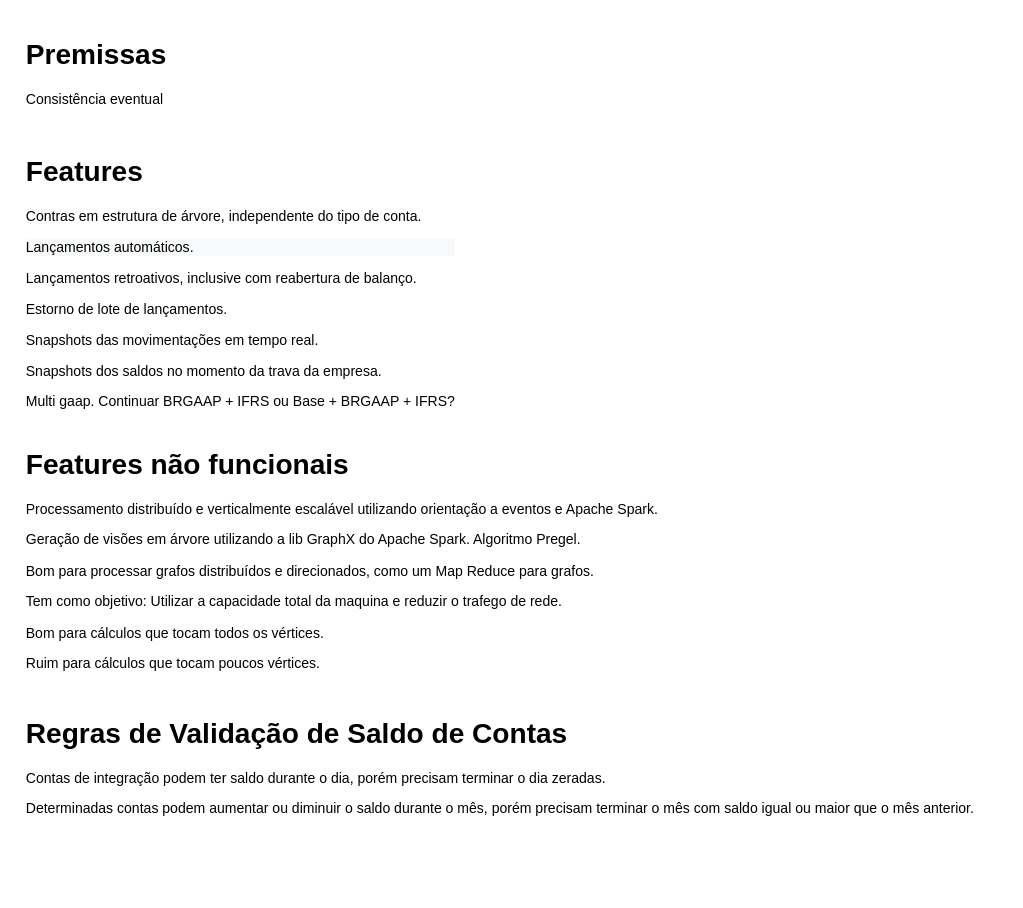
The draw.io diagram page "Summary" (1 of 6) of architecture.drawio in LeonardoZV/event-driven-ledger, before the edit. Source tidied: cells renumbered, new cells numbered last; positions are measured from the earlier drawing's top-left corner, leaving out a move shared by most shapes. Both pictures are drawn from the tidied source at 117%, with x=0, y=0 at pixel (20, 32).
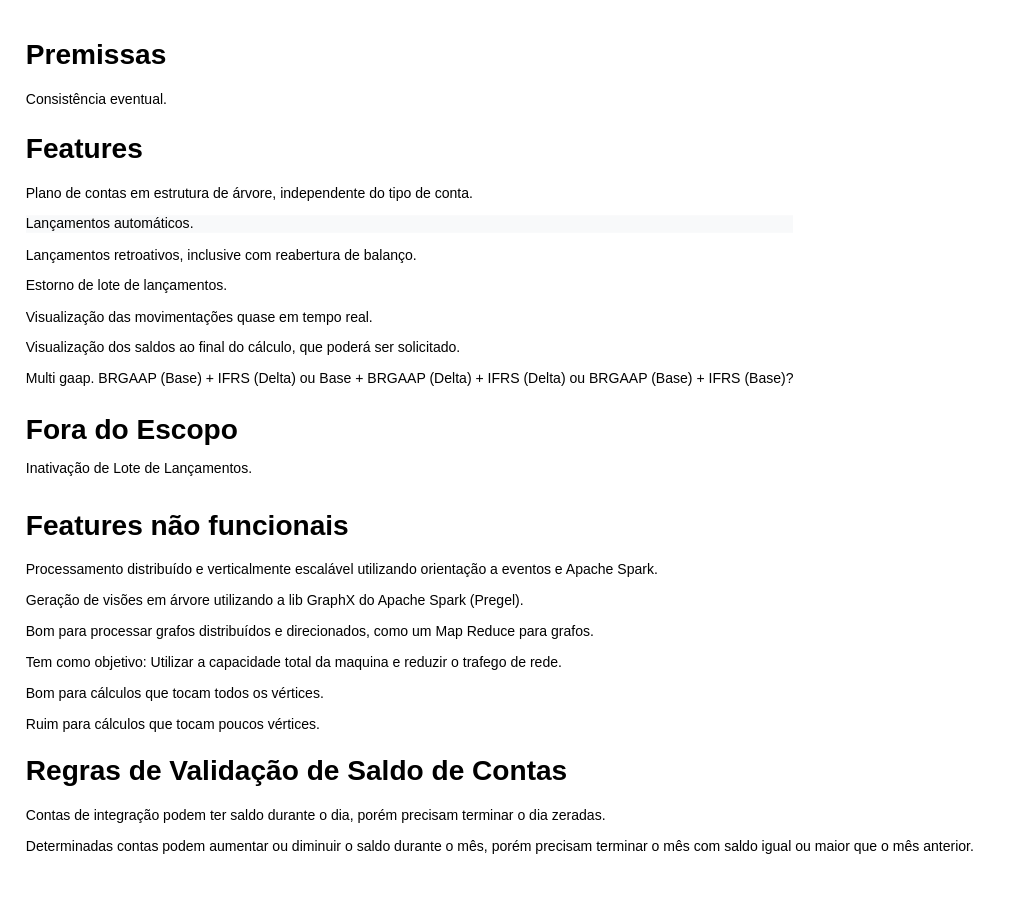
The same page after the edit.

Diff of the diagram source:
```diff
@@
 <mxGraphModel>
   <root>
     <mxCell id="0" />
     <mxCell id="1" parent="0" />
     <mxCell id="2" value="&lt;h1&gt;Regras de Validação de Saldo de Contas&lt;/h1&gt;&lt;p&gt;Contas de integração podem ter saldo durante o dia, porém precisam terminar o dia zeradas.&lt;/p&gt;&lt;p&gt;Determinadas contas podem aumentar ou diminuir o saldo durante o mês, porém precisam terminar o mês com saldo igual ou maior que o mês anterior.&lt;/p&gt;" style="text;html=1;strokeColor=none;fillColor=none;spacing=5;spacingTop=-20;whiteSpace=wrap;overflow=hidden;rounded=0;" parent="1" vertex="1">
-      <mxGeometry y="580" width="840" height="120" as="geometry" />
+      <mxGeometry y="612" width="840" height="120" as="geometry" />
     </mxCell>
-    <mxCell id="3" value="&lt;h1&gt;Features&lt;/h1&gt;&lt;p&gt;Contras em estrutura de árvore, independente do tipo de conta.&lt;/p&gt;&lt;p&gt;&lt;div style=&quot;color: rgb(0 , 0 , 0) ; font-family: &amp;#34;helvetica&amp;#34; ; font-size: 12px ; font-style: normal ; font-weight: 400 ; letter-spacing: normal ; text-align: left ; text-indent: 0px ; text-transform: none ; word-spacing: 0px ; background-color: rgb(248 , 249 , 250)&quot;&gt;&lt;/div&gt;&lt;/p&gt;&lt;p style=&quot;color: rgb(0 , 0 , 0) ; font-family: &amp;#34;helvetica&amp;#34; ; font-size: 12px ; font-style: normal ; font-weight: 400 ; letter-spacing: normal ; text-align: left ; text-indent: 0px ; text-transform: none ; word-spacing: 0px ; background-color: rgb(248 , 249 , 250)&quot;&gt;Lançamentos automáticos.&lt;/p&gt;&lt;p&gt;Lançamentos retroativos, inclusive com reabertura de balanço.&lt;br&gt;&lt;/p&gt;&lt;p&gt;&lt;span&gt;Estorno de lote de lançamentos.&lt;/span&gt;&lt;br&gt;&lt;/p&gt;&lt;div&gt;&lt;p&gt;&lt;span&gt;Snapshots das movimentações em tempo real.&lt;/span&gt;&lt;br&gt;&lt;/p&gt;&lt;/div&gt;&lt;p&gt;Snapshots dos saldos no momento da trava da empresa.&lt;/p&gt;&lt;p&gt;&lt;span&gt;Multi gaap. Continuar BRGAAP + IFRS ou Base + BRGAAP + IFRS?&lt;/span&gt;&lt;/p&gt;" style="text;html=1;strokeColor=none;fillColor=none;spacing=5;spacingTop=-20;whiteSpace=wrap;overflow=hidden;rounded=0;" parent="1" vertex="1">
-      <mxGeometry y="100" width="390" height="230" as="geometry" />
+    <mxCell id="3" value="&lt;h1&gt;Features&lt;/h1&gt;&lt;p&gt;Plano de contas em estrutura de árvore, independente do tipo de conta.&lt;/p&gt;&lt;p&gt;&lt;/p&gt;&lt;div style=&quot;color: rgb(0 , 0 , 0) ; font-family: &amp;#34;helvetica&amp;#34; ; font-size: 12px ; font-style: normal ; font-weight: 400 ; letter-spacing: normal ; text-align: left ; text-indent: 0px ; text-transform: none ; word-spacing: 0px ; background-color: rgb(248 , 249 , 250)&quot;&gt;&lt;/div&gt;&lt;p&gt;&lt;/p&gt;&lt;p style=&quot;color: rgb(0 , 0 , 0) ; font-family: &amp;#34;helvetica&amp;#34; ; font-size: 12px ; font-style: normal ; font-weight: 400 ; letter-spacing: normal ; text-align: left ; text-indent: 0px ; text-transform: none ; word-spacing: 0px ; background-color: rgb(248 , 249 , 250)&quot;&gt;Lançamentos automáticos.&lt;/p&gt;&lt;p&gt;Lançamentos retroativos, inclusive com reabertura de balanço.&lt;br&gt;&lt;/p&gt;&lt;p&gt;&lt;span&gt;Estorno de lote de lançamentos.&lt;/span&gt;&lt;br&gt;&lt;/p&gt;&lt;div&gt;&lt;p&gt;&lt;span&gt;Visualização das movimentações quase em tempo real.&lt;/span&gt;&lt;br&gt;&lt;/p&gt;&lt;/div&gt;Visualização&amp;nbsp;&lt;span&gt;dos saldos ao final do cálculo, que poderá ser solicitado.&lt;/span&gt;&lt;br&gt;&lt;p&gt;&lt;span&gt;Multi gaap. BRGAAP (Base) + IFRS (Delta) ou Base + BRGAAP (Delta) + IFRS (Delta) ou BRGAAP (Base) + IFRS (Base)?&lt;/span&gt;&lt;/p&gt;" style="text;html=1;strokeColor=none;fillColor=none;spacing=5;spacingTop=-20;whiteSpace=wrap;overflow=hidden;rounded=0;" parent="1" vertex="1">
+      <mxGeometry y="80" width="730" height="230" as="geometry" />
     </mxCell>
-    <mxCell id="4" value="&lt;h1&gt;Premissas&lt;/h1&gt;&lt;p&gt;Consistência eventual&lt;/p&gt;" style="text;html=1;strokeColor=none;fillColor=none;spacing=5;spacingTop=-20;whiteSpace=wrap;overflow=hidden;rounded=0;" parent="1" vertex="1">
-      <mxGeometry width="390" height="80" as="geometry" />
+    <mxCell id="4" value="&lt;h1&gt;Premissas&lt;/h1&gt;&lt;p&gt;Consistência eventual.&lt;/p&gt;" style="text;html=1;strokeColor=none;fillColor=none;spacing=5;spacingTop=-20;whiteSpace=wrap;overflow=hidden;rounded=0;" parent="1" vertex="1">
+      <mxGeometry width="390" height="70" as="geometry" />
     </mxCell>
-    <mxCell id="5" value="&lt;h1&gt;Features não funcionais&lt;/h1&gt;&lt;p&gt;Processamento distribuído e verticalmente escalável utilizando orientação a eventos e Apache Spark.&lt;/p&gt;&lt;p&gt;Geração de visões em árvore utilizando a lib GraphX do Apache Spark. Algoritmo Pregel.&lt;br&gt;&lt;/p&gt;&lt;p&gt;Bom para processar grafos distribuídos e direcionados, como um Map Reduce para grafos.&lt;br&gt;&lt;/p&gt;&lt;p&gt;Tem como objetivo: Utilizar a capacidade total da maquina e reduzir o trafego de rede.&lt;/p&gt;&lt;p&gt;Bom para cálculos que tocam todos os vértices.&lt;/p&gt;&lt;p&gt;Ruim para cálculos que tocam poucos vértices.&lt;/p&gt;" style="text;html=1;strokeColor=none;fillColor=none;spacing=5;spacingTop=-20;whiteSpace=wrap;overflow=hidden;rounded=0;" parent="1" vertex="1">
-      <mxGeometry y="350" width="580" height="210" as="geometry" />
+    <mxCell id="5" value="&lt;h1&gt;Features não funcionais&lt;/h1&gt;&lt;p&gt;Processamento distribuído e verticalmente escalável utilizando orientação a eventos e Apache Spark.&lt;/p&gt;&lt;p&gt;Geração de visões em árvore utilizando a lib GraphX do Apache Spark (Pregel).&lt;br&gt;&lt;/p&gt;&lt;p&gt;Bom para processar grafos distribuídos e direcionados, como um Map Reduce para grafos.&lt;br&gt;&lt;/p&gt;&lt;p&gt;Tem como objetivo: Utilizar a capacidade total da maquina e reduzir o trafego de rede.&lt;/p&gt;&lt;p&gt;Bom para cálculos que tocam todos os vértices.&lt;/p&gt;&lt;p&gt;Ruim para cálculos que tocam poucos vértices.&lt;/p&gt;" style="text;html=1;strokeColor=none;fillColor=none;spacing=5;spacingTop=-20;whiteSpace=wrap;overflow=hidden;rounded=0;" parent="1" vertex="1">
+      <mxGeometry y="402" width="580" height="210" as="geometry" />
     </mxCell>
+    <mxCell id="6" value="&lt;h1&gt;&lt;span&gt;Fora do Escopo&lt;br&gt;&lt;/span&gt;&lt;span style=&quot;font-size: 12px ; font-weight: normal&quot;&gt;Inativação de Lote de Lançamentos.&lt;/span&gt;&lt;/h1&gt;" style="text;html=1;strokeColor=none;fillColor=none;spacing=5;spacingTop=-20;whiteSpace=wrap;overflow=hidden;rounded=0;" parent="1" vertex="1">
+      <mxGeometry y="320" width="580" height="70" as="geometry" />
+    </mxCell>
   </root>
 </mxGraphModel>
```
